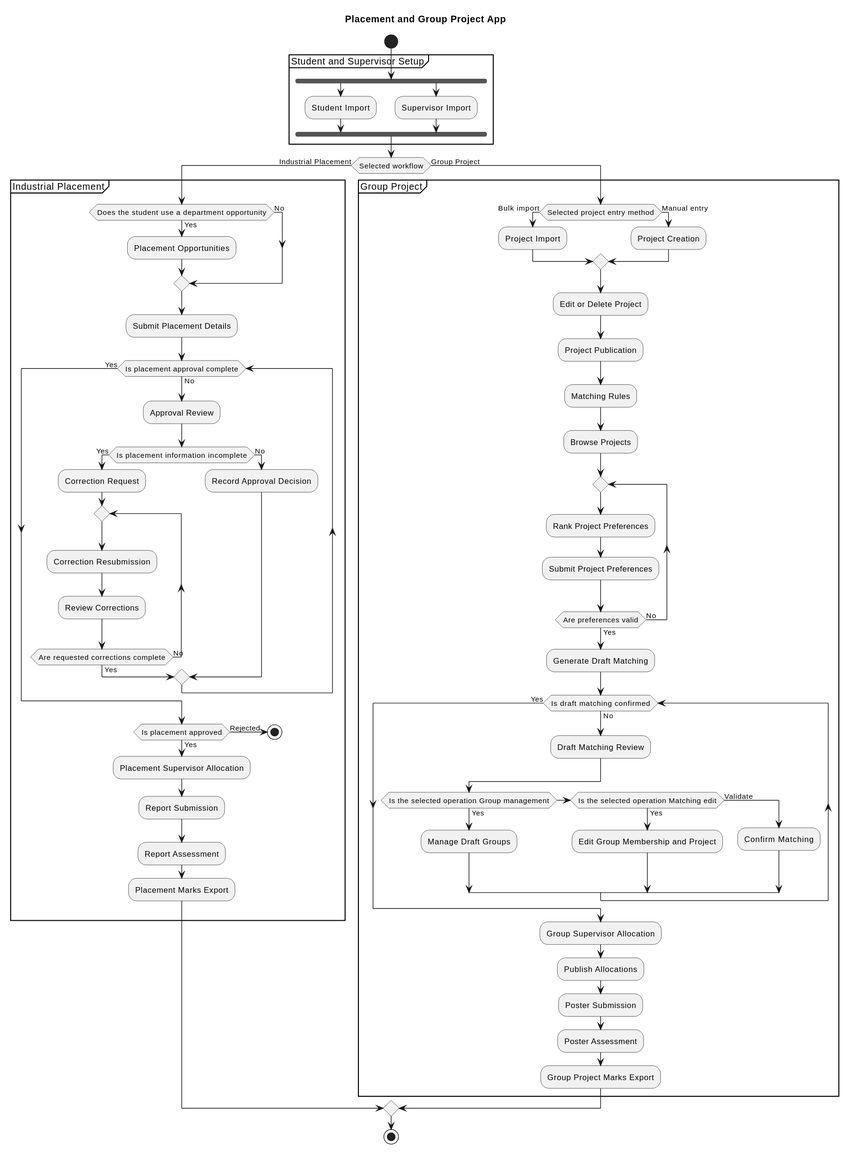
Before: industrial-placement-group-project/diagrams/overview.svg, a diagram exported from PlantUML (sdflkjssl/sdflkjssl.github.io).
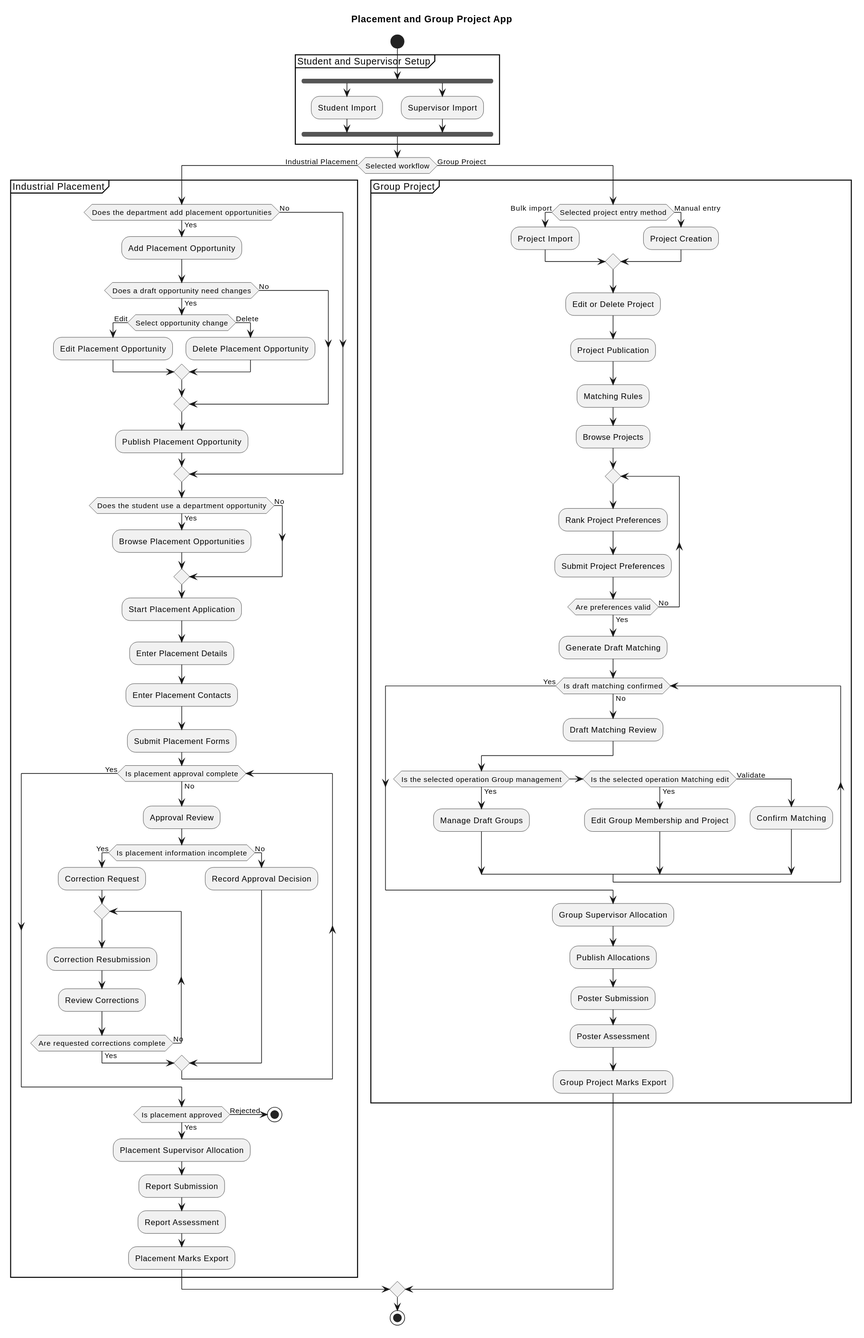
The same diagram one commit later.

The edit, as a diff of the source:
```diff
@@ -14,11 +14,27 @@
 }
 if (Selected workflow) then (Industrial Placement)
   partition "Industrial Placement" {
-    if (Does the student use a department opportunity) then (Yes)
-      :Placement Opportunities;
+    if (Does the department add placement opportunities) then (Yes)
+      :Add Placement Opportunity;
+      if (Does a draft opportunity need changes) then (Yes)
+        if (Select opportunity change) then (Edit)
+          :Edit Placement Opportunity;
+        else (Delete)
+          :Delete Placement Opportunity;
+        endif
+      else (No)
+      endif
+      :Publish Placement Opportunity;
     else (No)
     endif
-    :Submit Placement Details;
+    if (Does the student use a department opportunity) then (Yes)
+      :Browse Placement Opportunities;
+    else (No)
+    endif
+    :Start Placement Application;
+    :Enter Placement Details;
+    :Enter Placement Contacts;
+    :Submit Placement Forms;
 
     while (Is placement approval complete) is (No)
       :Approval Review;
```
